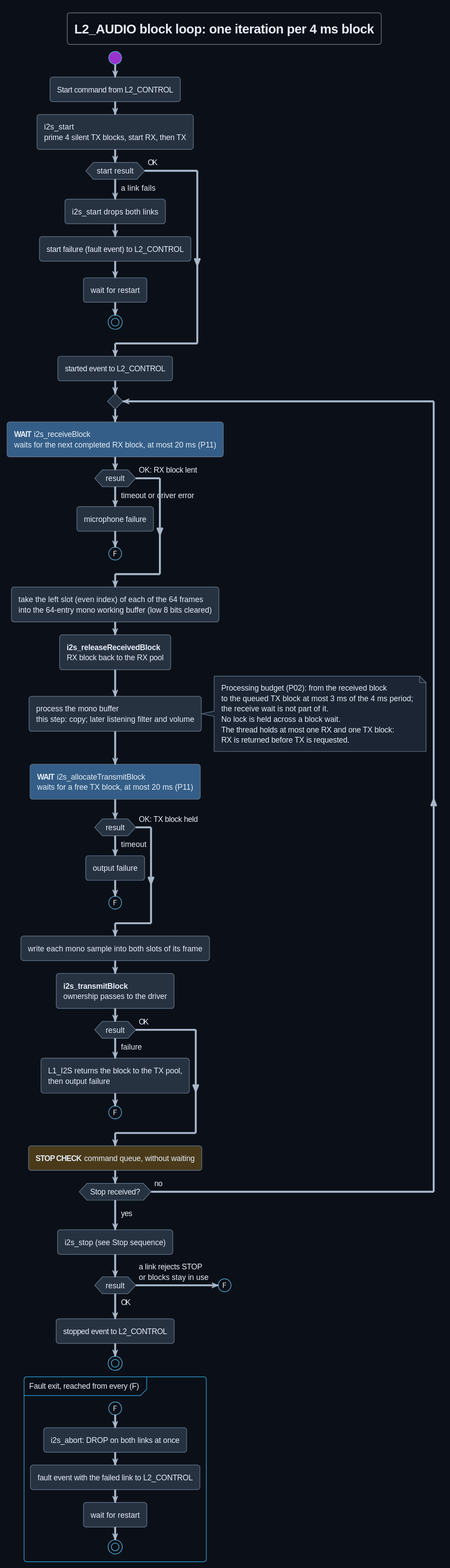
Earlier version of the PlantUML export Development/system/design/AUDIO/rendered/block_loop.svg (DemonicPsychoII/DigitalStethoscope). The source it was exported from:
```plantuml
@startuml
!theme cyborg
skinparam shadowing false
skinparam defaultFontName SansSerif
skinparam backgroundColor #0b1018
skinparam defaultFontColor #e6edf7
skinparam ArrowColor #a9b8ca
skinparam ArrowFontColor #e6edf7
skinparam activity {
 BackgroundColor #273241
 BorderColor #61738a
 FontColor #e6edf7
}
skinparam note {
 BackgroundColor #1b2533
 BorderColor #61738a
 FontColor #e6edf7
}
title L2_AUDIO block loop: one iteration per 4 ms block
start
:Start command from L2_CONTROL;
:i2s_start\nprime 4 silent TX blocks, start RX, then TX;
if (start result) then (a link fails)
  :i2s_start drops both links;
  :start failure (fault event) to L2_CONTROL;
  :wait for restart;
  stop
else (OK)
endif
:started event to L2_CONTROL;
repeat
  :**WAIT** i2s_receiveBlock\nwaits for the next completed RX block, at most 20 ms (P11); <<#345E87>>
  if (result) then (timeout or driver error)
    :microphone failure;
    (F)
    detach
  else (OK: RX block lent)
  endif
  :take the left slot (even index) of each of the 64 frames\ninto the 64-entry mono working buffer (low 8 bits cleared);
  :**i2s_releaseReceivedBlock**\nRX block back to the RX pool;
  :process the mono buffer\nthis step: copy; later listening filter and volume;
note right
  Processing budget (P02): from the received block
  to the queued TX block at most 3 ms of the 4 ms period;
  the receive wait is not part of it.
  No lock is held across a block wait.
  The thread holds at most one RX and one TX block:
  RX is returned before TX is requested.
end note
  :**WAIT** i2s_allocateTransmitBlock\nwaits for a free TX block, at most 20 ms (P11); <<#345E87>>
  if (result) then (timeout)
    :output failure;
    (F)
    detach
  else (OK: TX block held)
  endif
  :write each mono sample into both slots of its frame;
  :**i2s_transmitBlock**\nownership passes to the driver;
  if (result) then (failure)
    :L1_I2S returns the block to the TX pool,\nthen output failure;
    (F)
    detach
  else (OK)
  endif
  :**STOP CHECK** command queue, without waiting; <<#4a3a1a>>
repeat while (Stop received?) is (no)
->yes;
:i2s_stop (see Stop sequence);
if (result) then (a link rejects STOP\nor blocks stay in use)
  (F)
  detach
else (OK)
endif
:stopped event to L2_CONTROL;
stop
partition "Fault exit, reached from every (F)" {
(F)
:i2s_abort: DROP on both links at once;
:fault event with the failed link to L2_CONTROL;
:wait for restart;
stop
}
@enduml
```
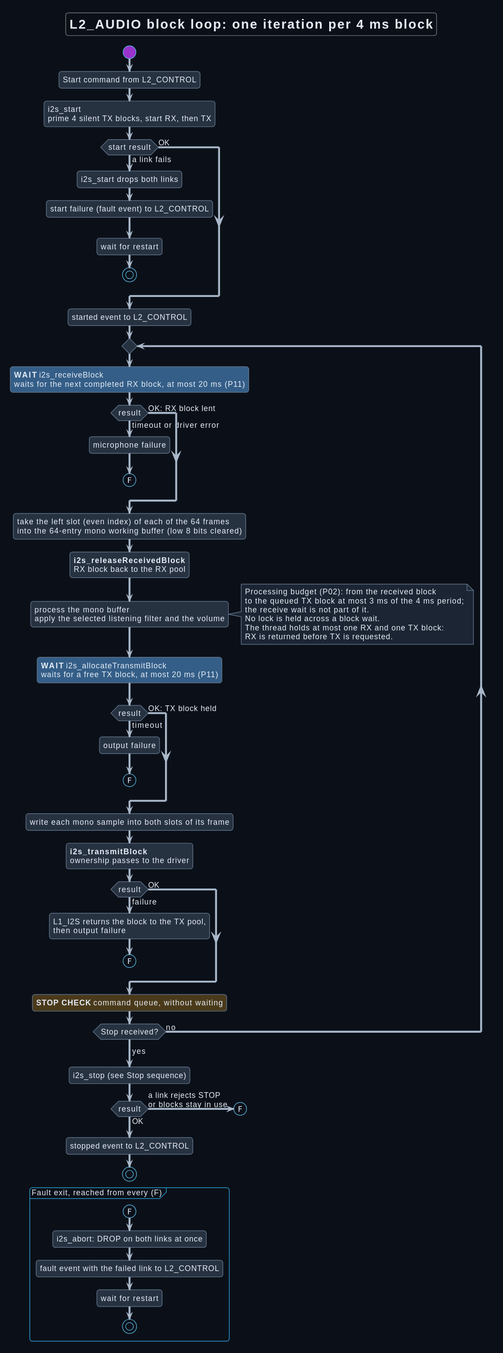
The same diagram one commit later.

Change to the diagram source:
```diff
@@ -38,7 +38,7 @@
   endif
   :take the left slot (even index) of each of the 64 frames\ninto the 64-entry mono working buffer (low 8 bits cleared);
   :**i2s_releaseReceivedBlock**\nRX block back to the RX pool;
-  :process the mono buffer\nthis step: copy; later listening filter and volume;
+  :process the mono buffer\napply the selected listening filter and the volume;
 note right
   Processing budget (P02): from the received block
   to the queued TX block at most 3 ms of the 4 ms period;
```
